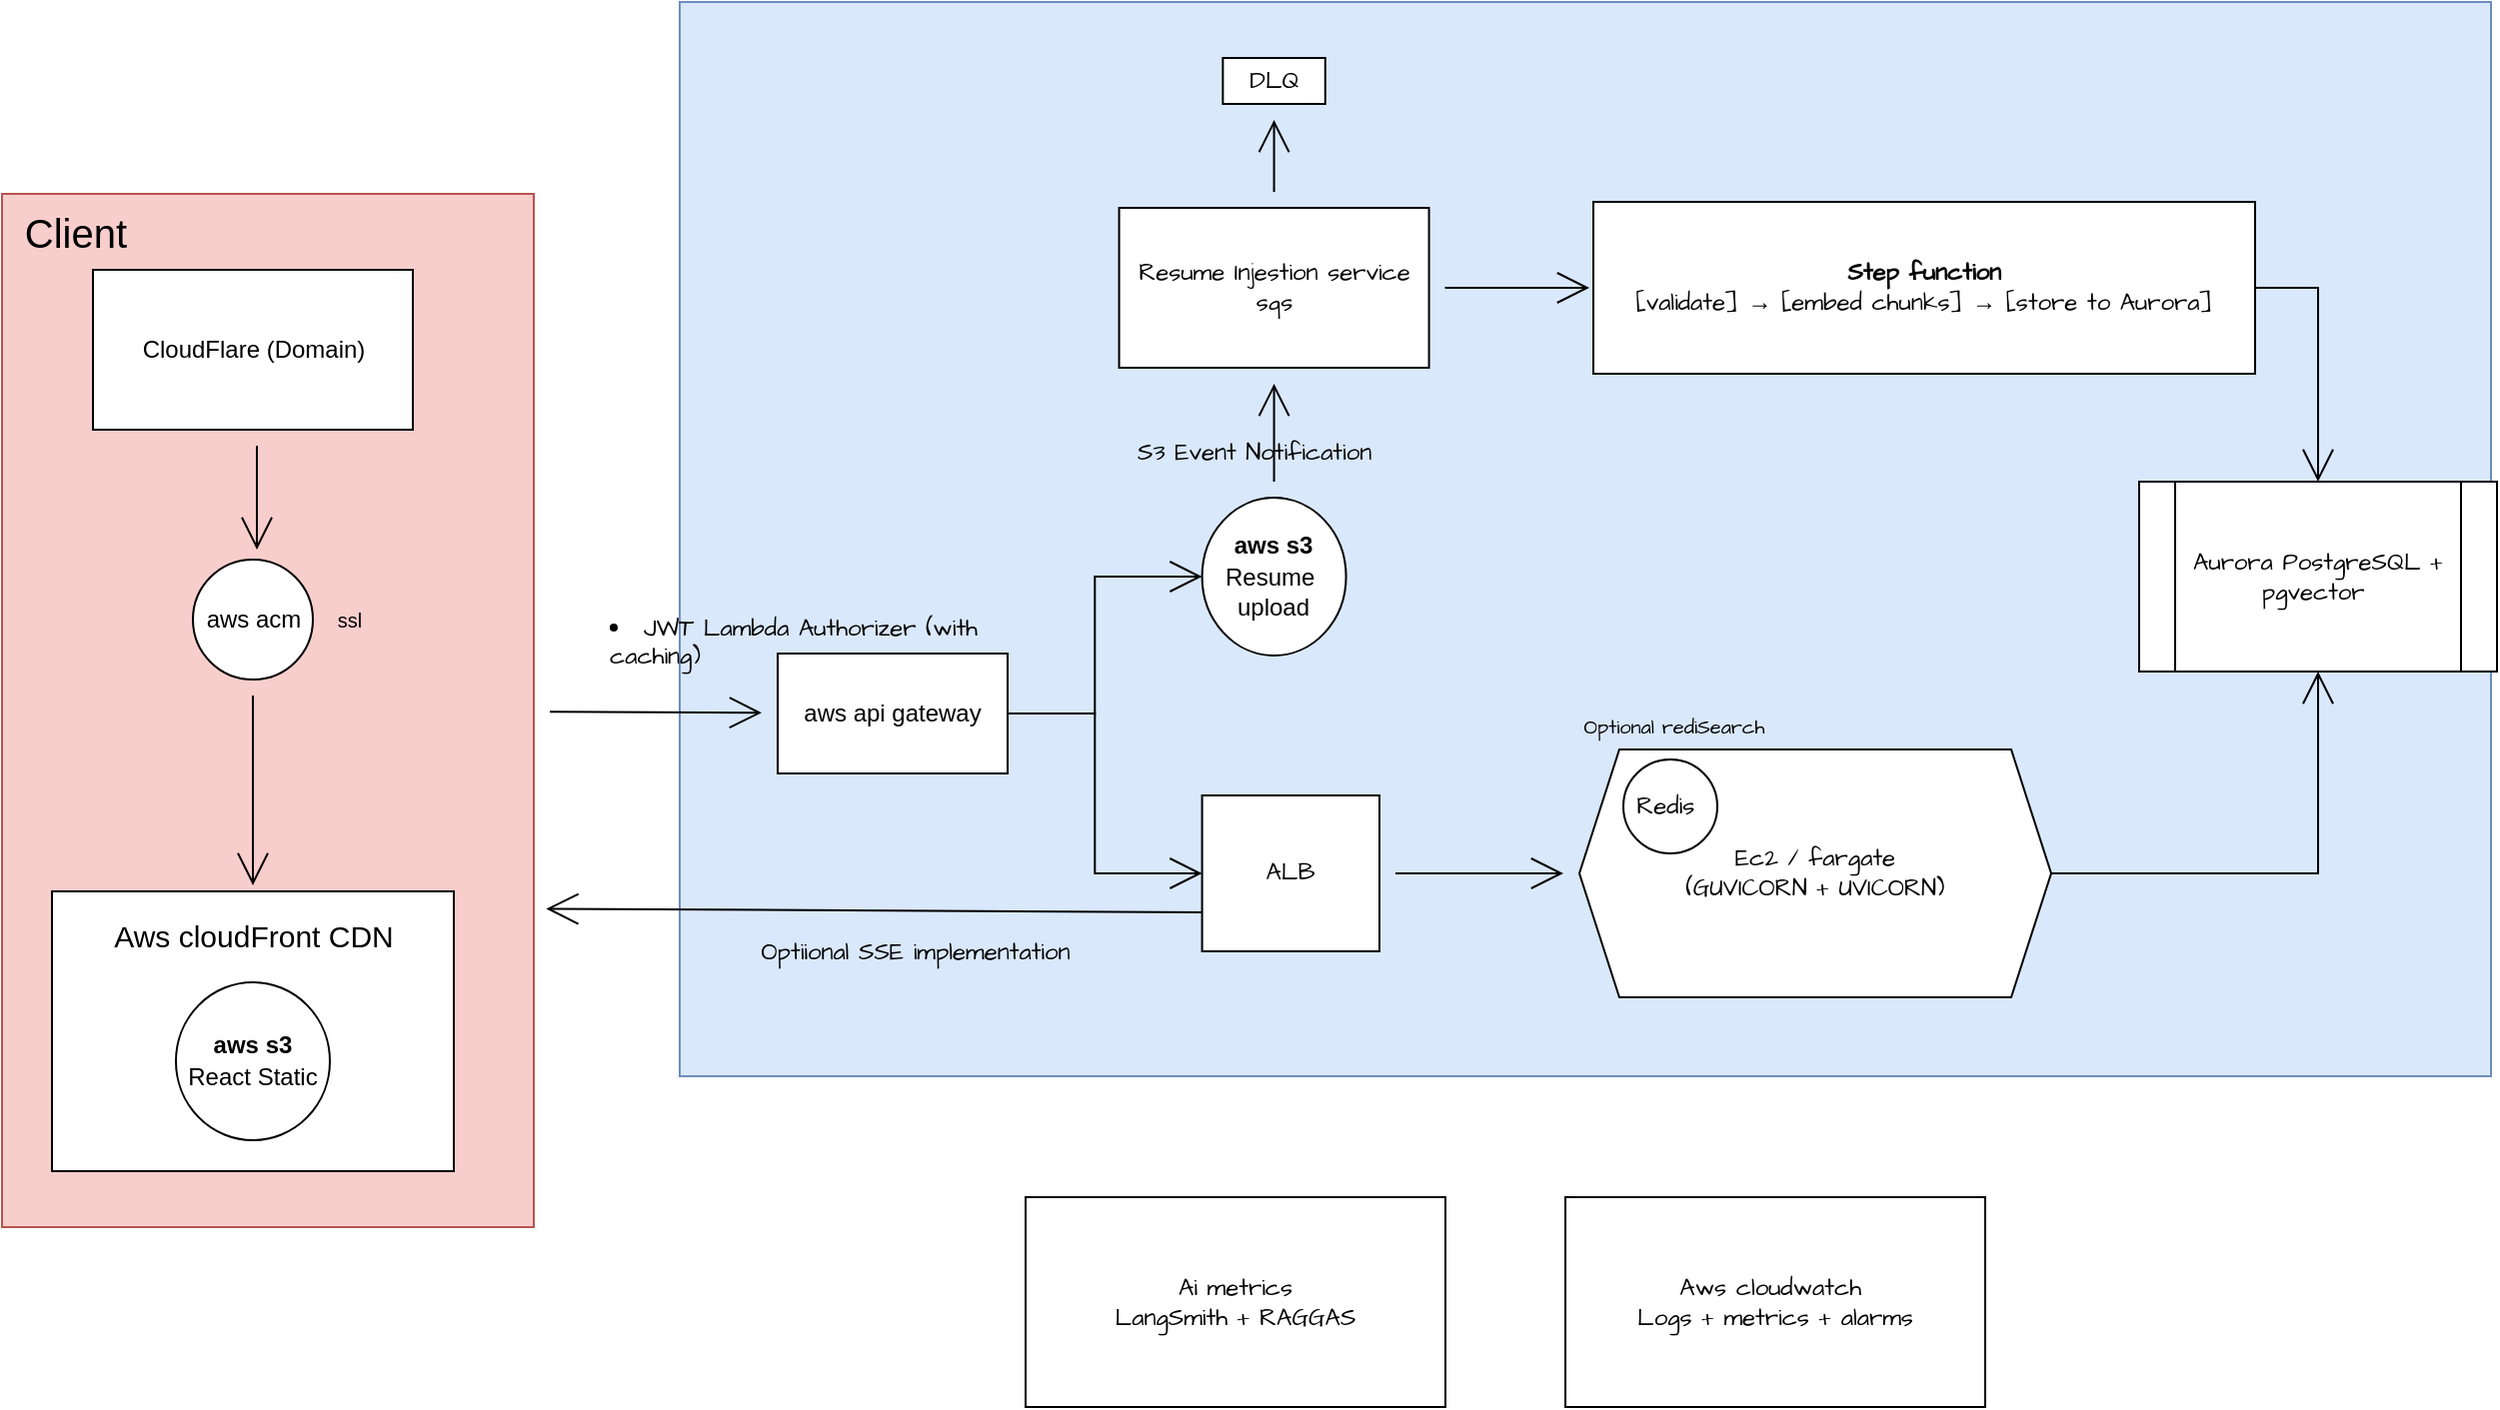
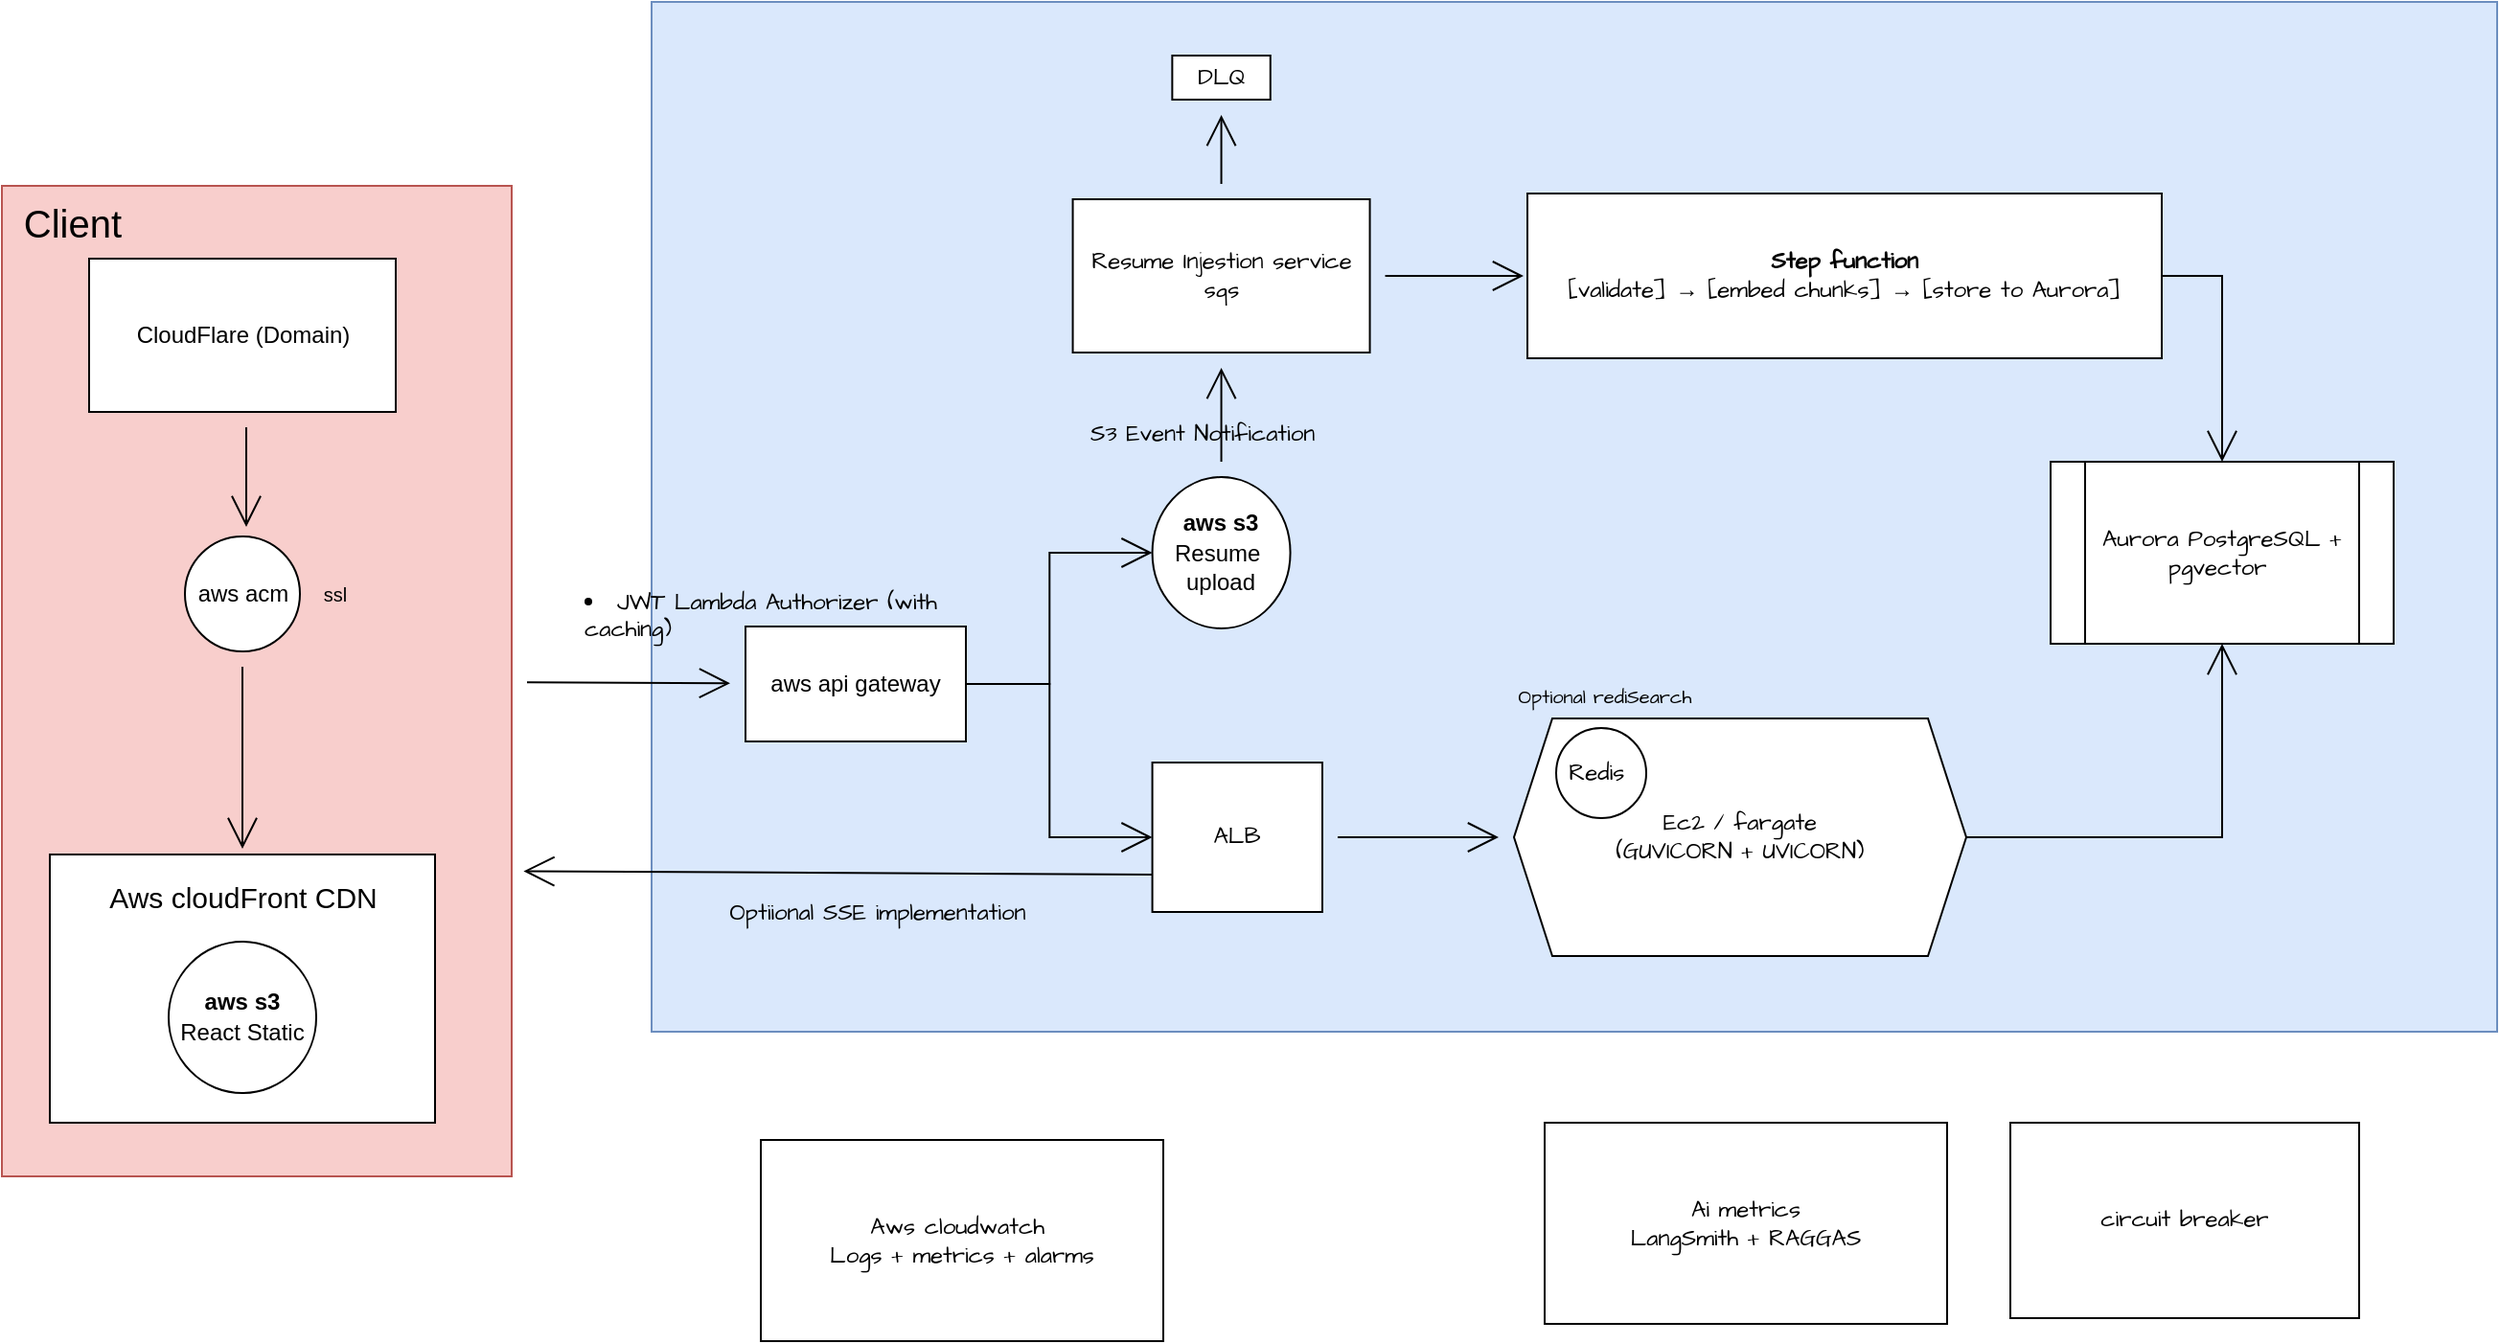
<mxfile host="app.diagrams.net">
  <diagram name="Page-1" id="SOHPCcRNUhLTlrNE90n2">
    <mxGraphModel dx="2760" dy="1299" grid="0" gridSize="10" guides="1" tooltips="1" connect="1" arrows="1" fold="1" page="0" pageScale="1" pageWidth="850" pageHeight="1100" math="0" shadow="0">
      <root>
        <mxCell id="0" />
        <mxCell id="1" parent="0" />
        <mxCell id="rra6tTRvJPethr66ALMW-70" parent="1" style="rounded=0;whiteSpace=wrap;html=1;fontFamily=Architects Daughter;fontSource=https%3A%2F%2Ffonts.googleapis.com%2Fcss%3Ffamily%3DArchitects%2BDaughter;fillColor=#dae8fc;strokeColor=#6c8ebf;" value="" vertex="1">
-           <mxGeometry height="537.5" width="906" x="-361" y="-367" as="geometry" />
+           <mxGeometry height="537.5" width="963" x="-361" y="-367" as="geometry" />
        </mxCell>
        <mxCell id="rra6tTRvJPethr66ALMW-63" edge="1" parent="1" source="rra6tTRvJPethr66ALMW-55" style="edgeStyle=orthogonalEdgeStyle;rounded=0;orthogonalLoop=1;jettySize=auto;html=1;exitX=1;exitY=0.5;exitDx=0;exitDy=0;entryX=0.5;entryY=0;entryDx=0;entryDy=0;fontFamily=Architects Daughter;fontSource=https%3A%2F%2Ffonts.googleapis.com%2Fcss%3Ffamily%3DArchitects%2BDaughter;fontSize=16;startSize=14;endArrow=open;endSize=14;sourcePerimeterSpacing=8;targetPerimeterSpacing=8;" target="rra6tTRvJPethr66ALMW-46">
          <mxGeometry relative="1" as="geometry" />
        </mxCell>
        <mxCell id="rra6tTRvJPethr66ALMW-55" parent="1" style="rounded=0;whiteSpace=wrap;html=1;fontFamily=Architects Daughter;fontSource=https%3A%2F%2Ffonts.googleapis.com%2Fcss%3Ffamily%3DArchitects%2BDaughter;" value="&lt;span style=&quot;text-align: left;&quot;&gt;&lt;b&gt;Step function&lt;/b&gt;&lt;br&gt;[validate] → [embed chunks] → [store to Aurora]&lt;/span&gt;" vertex="1">
          <mxGeometry height="86" width="331" x="96" y="-267" as="geometry" />
        </mxCell>
        <mxCell id="rra6tTRvJPethr66ALMW-19" edge="1" parent="1" source="rra6tTRvJPethr66ALMW-16" style="edgeStyle=none;curved=1;rounded=0;orthogonalLoop=1;jettySize=auto;html=1;fontFamily=Architects Daughter;fontSource=https%3A%2F%2Ffonts.googleapis.com%2Fcss%3Ffamily%3DArchitects%2BDaughter;fontSize=16;startSize=14;endArrow=open;endSize=14;sourcePerimeterSpacing=8;targetPerimeterSpacing=8;" target="rra6tTRvJPethr66ALMW-18" value="">
          <mxGeometry relative="1" as="geometry" />
        </mxCell>
        <mxCell id="rra6tTRvJPethr66ALMW-16" parent="1" style="rounded=0;whiteSpace=wrap;html=1;fontFamily=Architects Daughter;fontSource=https%3A%2F%2Ffonts.googleapis.com%2Fcss%3Ffamily%3DArchitects%2BDaughter;fillColor=#f8cecc;strokeColor=#b85450;" value="" vertex="1">
          <mxGeometry height="517" width="266" x="-700" y="-271" as="geometry" />
        </mxCell>
        <mxCell id="rra6tTRvJPethr66ALMW-2" parent="1" style="rounded=0;whiteSpace=wrap;html=1;fontFamily=Architects Daughter;fontSource=https%3A%2F%2Ffonts.googleapis.com%2Fcss%3Ffamily%3DArchitects%2BDaughter;" value="" vertex="1">
          <mxGeometry height="140" width="201" x="-675" y="78" as="geometry" />
        </mxCell>
        <mxCell id="rra6tTRvJPethr66ALMW-1" parent="1" style="ellipse;whiteSpace=wrap;html=1;fontFamily=Architects Daughter;fontSource=https%3A%2F%2Ffonts.googleapis.com%2Fcss%3Ffamily%3DArchitects%2BDaughter;" value="&lt;font face=&quot;Helvetica&quot;&gt;&lt;b&gt;aws s3&lt;/b&gt;&lt;br&gt;React Static&lt;/font&gt;" vertex="1">
          <mxGeometry height="79" width="77" x="-613" y="123.5" as="geometry" />
        </mxCell>
        <mxCell id="rra6tTRvJPethr66ALMW-3" parent="1" style="text;html=1;whiteSpace=wrap;strokeColor=none;fillColor=none;align=center;verticalAlign=middle;rounded=0;fontSize=20;fontFamily=Helvetica;" value="&lt;font style=&quot;font-size: 15px;&quot;&gt;Aws cloudFront CDN&lt;/font&gt;" vertex="1">
          <mxGeometry height="30" width="186" x="-667.5" y="83" as="geometry" />
        </mxCell>
        <mxCell id="rra6tTRvJPethr66ALMW-10" edge="1" parent="1" style="edgeStyle=none;curved=1;rounded=0;orthogonalLoop=1;jettySize=auto;html=1;fontFamily=Architects Daughter;fontSource=https%3A%2F%2Ffonts.googleapis.com%2Fcss%3Ffamily%3DArchitects%2BDaughter;fontSize=16;startSize=14;endArrow=open;endSize=14;sourcePerimeterSpacing=8;targetPerimeterSpacing=8;" value="">
          <mxGeometry relative="1" as="geometry">
            <mxPoint x="-572.5" y="-145" as="sourcePoint" />
            <mxPoint x="-572.5" y="-93" as="targetPoint" />
          </mxGeometry>
        </mxCell>
        <mxCell id="rra6tTRvJPethr66ALMW-5" parent="1" style="rounded=0;whiteSpace=wrap;html=1;fontFamily=Helvetica;" value="CloudFlare (Domain)" vertex="1">
          <mxGeometry height="80" width="160" x="-654.5" y="-233" as="geometry" />
        </mxCell>
        <mxCell id="rra6tTRvJPethr66ALMW-14" edge="1" parent="1" source="rra6tTRvJPethr66ALMW-12" style="edgeStyle=none;curved=1;rounded=0;orthogonalLoop=1;jettySize=auto;html=1;fontFamily=Architects Daughter;fontSource=https%3A%2F%2Ffonts.googleapis.com%2Fcss%3Ffamily%3DArchitects%2BDaughter;fontSize=16;startSize=14;endArrow=open;endSize=14;sourcePerimeterSpacing=8;targetPerimeterSpacing=8;" target="rra6tTRvJPethr66ALMW-3" value="">
          <mxGeometry relative="1" as="geometry" />
        </mxCell>
        <mxCell id="rra6tTRvJPethr66ALMW-12" parent="1" style="ellipse;whiteSpace=wrap;html=1;fontFamily=Architects Daughter;fontSource=https%3A%2F%2Ffonts.googleapis.com%2Fcss%3Ffamily%3DArchitects%2BDaughter;" value="&lt;font face=&quot;Helvetica&quot;&gt;aws acm&lt;/font&gt;" vertex="1">
          <mxGeometry height="60" width="60" x="-604.5" y="-88" as="geometry" />
        </mxCell>
        <mxCell id="rra6tTRvJPethr66ALMW-15" parent="1" style="text;html=1;whiteSpace=wrap;strokeColor=none;fillColor=none;align=center;verticalAlign=middle;rounded=0;fontSize=10;fontFamily=Helvetica;" value="&lt;font&gt;ssl&lt;/font&gt;" vertex="1">
          <mxGeometry height="18" width="32" x="-542" y="-67" as="geometry" />
        </mxCell>
        <mxCell id="rra6tTRvJPethr66ALMW-17" parent="1" style="text;html=1;whiteSpace=wrap;strokeColor=none;fillColor=none;align=center;verticalAlign=middle;rounded=0;fontSize=20;fontFamily=Architects Daughter;fontSource=https%3A%2F%2Ffonts.googleapis.com%2Fcss%3Ffamily%3DArchitects%2BDaughter;" value="&lt;font face=&quot;Helvetica&quot;&gt;Client&lt;/font&gt;" vertex="1">
          <mxGeometry height="30" width="60" x="-693" y="-266" as="geometry" />
        </mxCell>
        <mxCell id="rra6tTRvJPethr66ALMW-27" edge="1" parent="1" source="rra6tTRvJPethr66ALMW-18" style="edgeStyle=orthogonalEdgeStyle;rounded=0;orthogonalLoop=1;jettySize=auto;html=1;fontFamily=Architects Daughter;fontSource=https%3A%2F%2Ffonts.googleapis.com%2Fcss%3Ffamily%3DArchitects%2BDaughter;fontSize=16;startSize=14;endArrow=open;endSize=14;sourcePerimeterSpacing=8;targetPerimeterSpacing=8;entryX=0;entryY=0.5;entryDx=0;entryDy=0;" target="rra6tTRvJPethr66ALMW-42" value="">
          <mxGeometry relative="1" as="geometry">
            <mxPoint x="-103" y="-13.867567567567448" as="targetPoint" />
          </mxGeometry>
        </mxCell>
        <mxCell id="rra6tTRvJPethr66ALMW-47" edge="1" parent="1" source="rra6tTRvJPethr66ALMW-18" style="edgeStyle=orthogonalEdgeStyle;rounded=0;orthogonalLoop=1;jettySize=auto;html=1;exitX=1;exitY=0.5;exitDx=0;exitDy=0;entryX=0;entryY=0.5;entryDx=0;entryDy=0;fontFamily=Architects Daughter;fontSource=https%3A%2F%2Ffonts.googleapis.com%2Fcss%3Ffamily%3DArchitects%2BDaughter;fontSize=16;startSize=14;endArrow=open;endSize=14;sourcePerimeterSpacing=8;targetPerimeterSpacing=8;" target="rra6tTRvJPethr66ALMW-22">
          <mxGeometry relative="1" as="geometry" />
        </mxCell>
        <mxCell id="rra6tTRvJPethr66ALMW-18" parent="1" style="whiteSpace=wrap;html=1;fontFamily=Architects Daughter;rounded=0;fontSource=https%3A%2F%2Ffonts.googleapis.com%2Fcss%3Ffamily%3DArchitects%2BDaughter;" value="&lt;font face=&quot;Helvetica&quot;&gt;aws api gateway&lt;/font&gt;" vertex="1">
          <mxGeometry height="60" width="115" x="-312" y="-41" as="geometry" />
        </mxCell>
        <mxCell id="rra6tTRvJPethr66ALMW-57" edge="1" parent="1" source="rra6tTRvJPethr66ALMW-20" style="edgeStyle=none;curved=1;rounded=0;orthogonalLoop=1;jettySize=auto;html=1;fontFamily=Architects Daughter;fontSource=https%3A%2F%2Ffonts.googleapis.com%2Fcss%3Ffamily%3DArchitects%2BDaughter;fontSize=16;startSize=14;endArrow=open;endSize=14;sourcePerimeterSpacing=8;targetPerimeterSpacing=8;" target="rra6tTRvJPethr66ALMW-56" value="">
          <mxGeometry relative="1" as="geometry" />
        </mxCell>
        <mxCell id="rra6tTRvJPethr66ALMW-58" edge="1" parent="1" source="rra6tTRvJPethr66ALMW-20" style="edgeStyle=none;curved=1;rounded=0;orthogonalLoop=1;jettySize=auto;html=1;fontFamily=Architects Daughter;fontSource=https%3A%2F%2Ffonts.googleapis.com%2Fcss%3Ffamily%3DArchitects%2BDaughter;fontSize=16;startSize=14;endArrow=open;endSize=14;sourcePerimeterSpacing=8;targetPerimeterSpacing=8;" value="">
          <mxGeometry relative="1" as="geometry">
            <mxPoint x="94.00000000000045" y="-224" as="targetPoint" />
          </mxGeometry>
        </mxCell>
        <mxCell id="rra6tTRvJPethr66ALMW-20" parent="1" style="rounded=0;whiteSpace=wrap;html=1;fontFamily=Architects Daughter;fontSource=https%3A%2F%2Ffonts.googleapis.com%2Fcss%3Ffamily%3DArchitects%2BDaughter;" value="Resume Injestion service&lt;br&gt;sqs" vertex="1">
          <mxGeometry height="80" width="155" x="-141.22000000000003" y="-264" as="geometry" />
        </mxCell>
        <mxCell id="rra6tTRvJPethr66ALMW-51" edge="1" parent="1" source="rra6tTRvJPethr66ALMW-22" style="edgeStyle=none;curved=1;rounded=0;orthogonalLoop=1;jettySize=auto;html=1;exitX=0;exitY=0.75;exitDx=0;exitDy=0;fontFamily=Architects Daughter;fontSource=https%3A%2F%2Ffonts.googleapis.com%2Fcss%3Ffamily%3DArchitects%2BDaughter;fontSize=16;startSize=14;endArrow=open;endSize=14;sourcePerimeterSpacing=8;targetPerimeterSpacing=8;">
          <mxGeometry relative="1" as="geometry">
            <mxPoint x="-427.7921840122767" y="86.71428571428578" as="targetPoint" />
          </mxGeometry>
        </mxCell>
        <mxCell id="rra6tTRvJPethr66ALMW-22" parent="1" style="rounded=0;whiteSpace=wrap;html=1;fontFamily=Architects Daughter;fontSource=https%3A%2F%2Ffonts.googleapis.com%2Fcss%3Ffamily%3DArchitects%2BDaughter;" value="ALB" vertex="1">
          <mxGeometry height="78" width="88.71" x="-99.71" y="30" as="geometry" />
        </mxCell>
        <mxCell id="rra6tTRvJPethr66ALMW-41" parent="1" style="text;whiteSpace=wrap;html=1;fontFamily=Architects Daughter;fontSource=https%3A%2F%2Ffonts.googleapis.com%2Fcss%3Ffamily%3DArchitects%2BDaughter;" value="&lt;li class=&quot;font-claude-response-body whitespace-normal break-words pl-2&quot;&gt;JWT Lambda Authorizer (with caching)&lt;/li&gt;" vertex="1">
          <mxGeometry height="34.14" width="232.29" x="-398" y="-67" as="geometry" />
        </mxCell>
        <mxCell id="rra6tTRvJPethr66ALMW-43" edge="1" parent="1" source="rra6tTRvJPethr66ALMW-42" style="edgeStyle=none;curved=1;rounded=0;orthogonalLoop=1;jettySize=auto;html=1;fontFamily=Architects Daughter;fontSource=https%3A%2F%2Ffonts.googleapis.com%2Fcss%3Ffamily%3DArchitects%2BDaughter;fontSize=16;startSize=14;endArrow=open;endSize=14;sourcePerimeterSpacing=8;targetPerimeterSpacing=8;" target="rra6tTRvJPethr66ALMW-20" value="">
          <mxGeometry relative="1" as="geometry" />
        </mxCell>
        <mxCell id="rra6tTRvJPethr66ALMW-42" parent="1" style="ellipse;whiteSpace=wrap;html=1;fontFamily=Architects Daughter;fontSource=https%3A%2F%2Ffonts.googleapis.com%2Fcss%3Ffamily%3DArchitects%2BDaughter;" value="&lt;font face=&quot;Helvetica&quot;&gt;&lt;b&gt;aws s3&lt;/b&gt;&lt;br&gt;Resume&amp;nbsp; upload&lt;/font&gt;" vertex="1">
          <mxGeometry height="79" width="72" x="-99.71" y="-119" as="geometry" />
        </mxCell>
        <mxCell id="rra6tTRvJPethr66ALMW-46" parent="1" style="shape=process;whiteSpace=wrap;html=1;backgroundOutline=1;fontFamily=Architects Daughter;fontSource=https%3A%2F%2Ffonts.googleapis.com%2Fcss%3Ffamily%3DArchitects%2BDaughter;" value="Aurora PostgreSQL + pgvector&amp;nbsp;" vertex="1">
          <mxGeometry height="95" width="179" x="369" y="-127" as="geometry" />
        </mxCell>
        <mxCell id="rra6tTRvJPethr66ALMW-48" edge="1" parent="1" source="rra6tTRvJPethr66ALMW-22" style="edgeStyle=none;curved=1;rounded=0;orthogonalLoop=1;jettySize=auto;html=1;fontFamily=Architects Daughter;fontSource=https%3A%2F%2Ffonts.googleapis.com%2Fcss%3Ffamily%3DArchitects%2BDaughter;fontSize=16;startSize=14;endArrow=open;endSize=14;sourcePerimeterSpacing=8;targetPerimeterSpacing=8;" target="rra6tTRvJPethr66ALMW-38" value="">
          <mxGeometry relative="1" as="geometry">
            <mxPoint x="100" y="65" as="sourcePoint" />
            <mxPoint x="417.5943068734091" y="60.00960425827361" as="targetPoint" />
          </mxGeometry>
        </mxCell>
        <mxCell id="rra6tTRvJPethr66ALMW-64" edge="1" parent="1" source="rra6tTRvJPethr66ALMW-38" style="edgeStyle=orthogonalEdgeStyle;rounded=0;orthogonalLoop=1;jettySize=auto;html=1;exitX=1;exitY=0.5;exitDx=0;exitDy=0;entryX=0.5;entryY=1;entryDx=0;entryDy=0;fontFamily=Architects Daughter;fontSource=https%3A%2F%2Ffonts.googleapis.com%2Fcss%3Ffamily%3DArchitects%2BDaughter;fontSize=16;startSize=14;endArrow=open;endSize=14;sourcePerimeterSpacing=8;targetPerimeterSpacing=8;" target="rra6tTRvJPethr66ALMW-46">
          <mxGeometry relative="1" as="geometry" />
        </mxCell>
        <mxCell id="rra6tTRvJPethr66ALMW-38" parent="1" style="shape=hexagon;perimeter=hexagonPerimeter2;whiteSpace=wrap;html=1;fixedSize=1;fontFamily=Architects Daughter;fontSource=https%3A%2F%2Ffonts.googleapis.com%2Fcss%3Ffamily%3DArchitects%2BDaughter;" value="Ec2 / fargate&lt;br&gt;(GUVICORN + UVICORN)" vertex="1">
          <mxGeometry height="124" width="236" x="89" y="7" as="geometry" />
        </mxCell>
        <mxCell id="rra6tTRvJPethr66ALMW-50" parent="1" style="ellipse;whiteSpace=wrap;html=1;fontFamily=Architects Daughter;fontSource=https%3A%2F%2Ffonts.googleapis.com%2Fcss%3Ffamily%3DArchitects%2BDaughter;" value="Redis&amp;nbsp;" vertex="1">
          <mxGeometry height="47" width="47" x="111" y="12" as="geometry" />
        </mxCell>
        <mxCell id="rra6tTRvJPethr66ALMW-53" parent="1" style="text;html=1;whiteSpace=wrap;strokeColor=none;fillColor=none;align=center;verticalAlign=middle;rounded=0;fontSize=12;fontFamily=Architects Daughter;fontSource=https%3A%2F%2Ffonts.googleapis.com%2Fcss%3Ffamily%3DArchitects%2BDaughter;" value="Optiional SSE implementation" vertex="1">
          <mxGeometry height="30" width="272" x="-378.85" y="93.5" as="geometry" />
        </mxCell>
        <mxCell id="rra6tTRvJPethr66ALMW-56" parent="1" style="rounded=0;whiteSpace=wrap;html=1;fontFamily=Architects Daughter;fontSource=https%3A%2F%2Ffonts.googleapis.com%2Fcss%3Ffamily%3DArchitects%2BDaughter;" value="DLQ" vertex="1">
          <mxGeometry height="23" width="51.21" x="-89.32" y="-339" as="geometry" />
        </mxCell>
        <mxCell id="rra6tTRvJPethr66ALMW-60" parent="1" style="text;whiteSpace=wrap;html=1;fontFamily=Architects Daughter;fontSource=https%3A%2F%2Ffonts.googleapis.com%2Fcss%3Ffamily%3DArchitects%2BDaughter;" value="S3 Event Notification" vertex="1">
          <mxGeometry height="36" width="145" x="-134" y="-155.00117675781252" as="geometry" />
        </mxCell>
        <mxCell id="rra6tTRvJPethr66ALMW-61" parent="1" style="text;html=1;whiteSpace=wrap;strokeColor=none;fillColor=none;align=center;verticalAlign=middle;rounded=0;fontSize=20;fontFamily=Architects Daughter;fontSource=https%3A%2F%2Ffonts.googleapis.com%2Fcss%3Ffamily%3DArchitects%2BDaughter;" value="&lt;font style=&quot;font-size: 10px;&quot;&gt;Optional rediSearch&lt;/font&gt;" vertex="1">
          <mxGeometry height="30" width="109" x="82" y="-23" as="geometry" />
        </mxCell>
        <mxCell id="rra6tTRvJPethr66ALMW-65" parent="1" style="rounded=0;whiteSpace=wrap;html=1;fontFamily=Architects Daughter;fontSource=https%3A%2F%2Ffonts.googleapis.com%2Fcss%3Ffamily%3DArchitects%2BDaughter;" value="Aws cloudwatch&amp;nbsp;&lt;br&gt;Logs + metrics + alarms" vertex="1">
-           <mxGeometry height="105" width="210" x="82" y="231" as="geometry" />
+           <mxGeometry height="105" width="210" x="-304" y="227" as="geometry" />
        </mxCell>
        <mxCell id="rra6tTRvJPethr66ALMW-69" parent="1" style="rounded=0;whiteSpace=wrap;html=1;fontFamily=Architects Daughter;fontSource=https%3A%2F%2Ffonts.googleapis.com%2Fcss%3Ffamily%3DArchitects%2BDaughter;" value="Ai metrics&lt;br&gt;LangSmith + RAGGAS" vertex="1">
-           <mxGeometry height="105" width="210" x="-188" y="231" as="geometry" />
+           <mxGeometry height="105" width="210" x="105" y="218" as="geometry" />
+         </mxCell>
+         <mxCell id="rra6tTRvJPethr66ALMW-71" parent="1" style="rounded=0;whiteSpace=wrap;html=1;fontFamily=Architects Daughter;fontSource=https%3A%2F%2Ffonts.googleapis.com%2Fcss%3Ffamily%3DArchitects%2BDaughter;" value="circuit breaker" vertex="1">
+           <mxGeometry height="102" width="182" x="348" y="218" as="geometry" />
        </mxCell>
      </root>
    </mxGraphModel>
  </diagram>
</mxfile>
